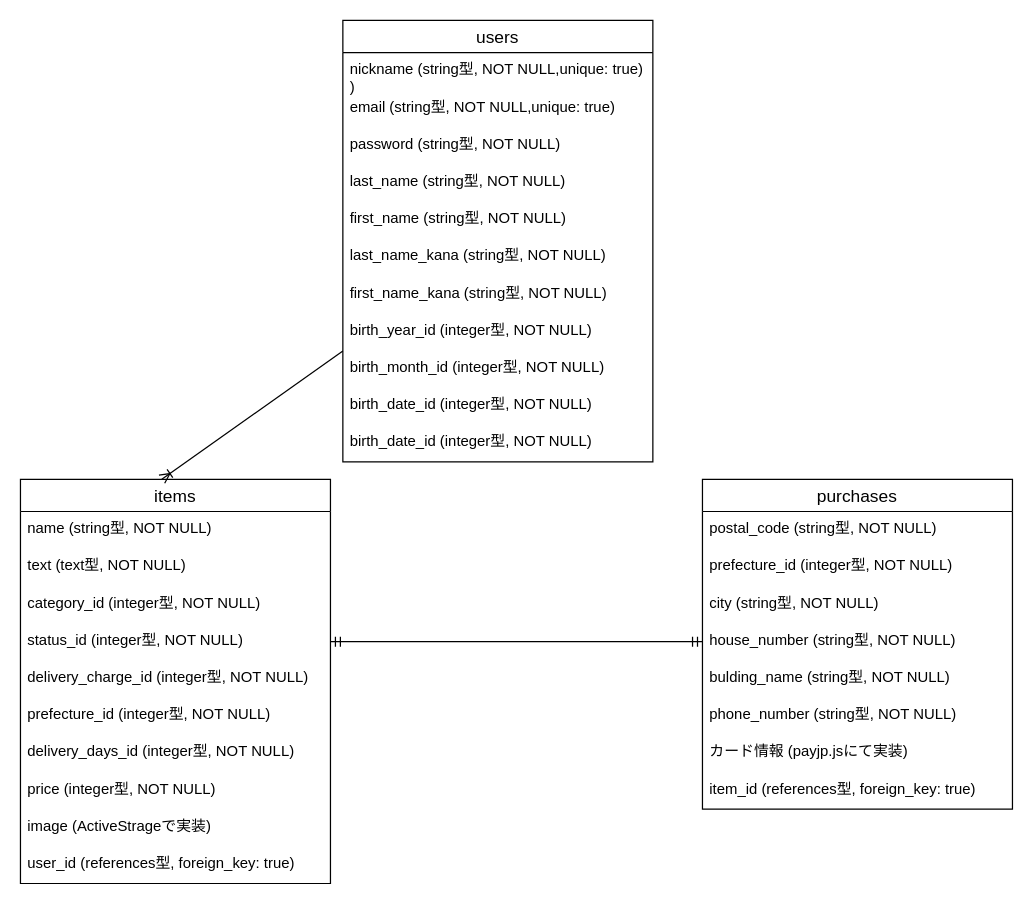
Earlier version of the draw.io diagram furimaER.dio (Harano0512/furima-35536). Source tidied: cells renumbered, new cells numbered last; positions are measured from the earlier drawing's top-left corner, leaving out a move shared by most shapes. Both pictures are drawn from the tidied source at 124%, with x=0, y=0 at pixel (20, 20).
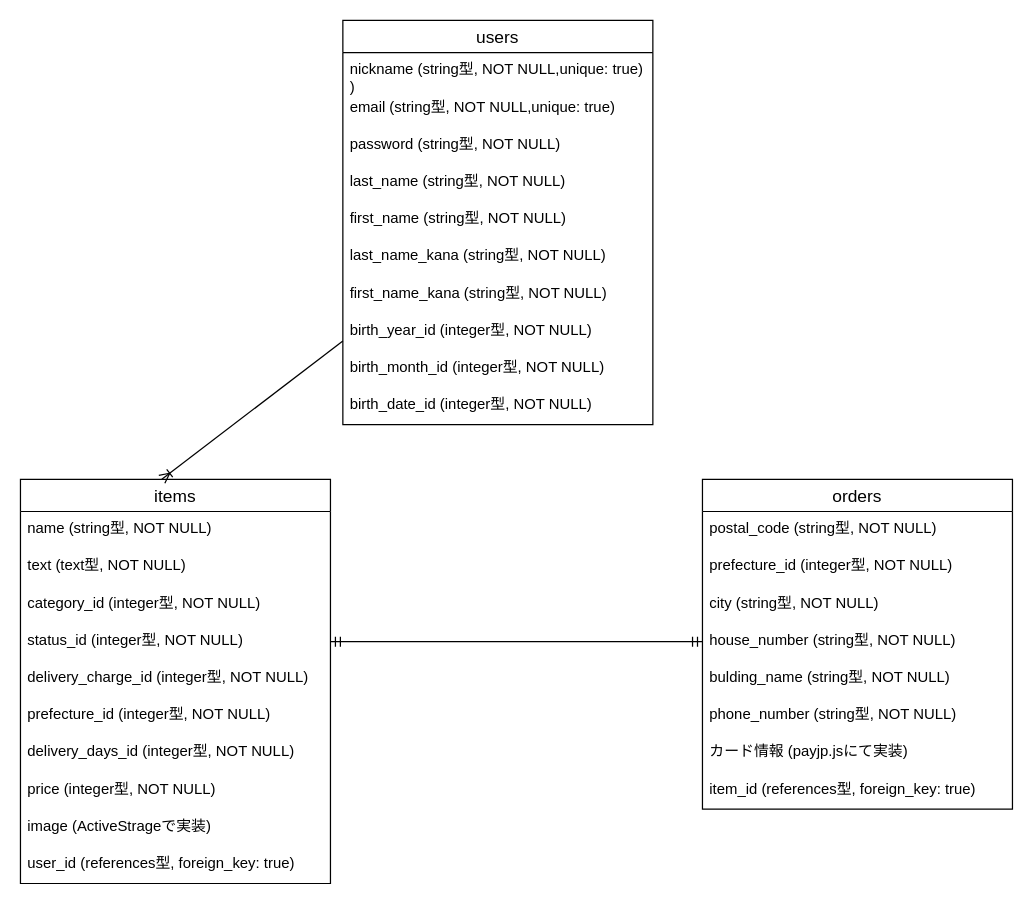
The same page after the edit.

Diff of the diagram source:
```diff
@@
     <mxCell id="2" value="users" style="swimlane;fontStyle=0;horizontal=1;startSize=26;align=center;fontSize=14;" parent="1" vertex="1">
-      <mxGeometry x="260" width="250" height="356" as="geometry" />
+      <mxGeometry x="260" width="250" height="326" as="geometry" />
     </mxCell>
@@
-    <mxCell id="13" value="birth_date_id (integer型, NOT NULL)" style="text;strokeColor=none;fillColor=none;spacingLeft=4;spacingRight=4;overflow=hidden;fontSize=12;" parent="2" vertex="1">
-      <mxGeometry y="326" width="250" height="30" as="geometry" />
-    </mxCell>
@@
-    <mxCell id="25" value="purchases" style="swimlane;fontStyle=0;horizontal=1;startSize=26;align=center;fontSize=14;" parent="1" vertex="1">
+    <mxCell id="25" value="orders" style="swimlane;fontStyle=0;horizontal=1;startSize=26;align=center;fontSize=14;" parent="1" vertex="1">
       <mxGeometry x="550" y="370" width="250" height="266" as="geometry" />
     </mxCell>
```
